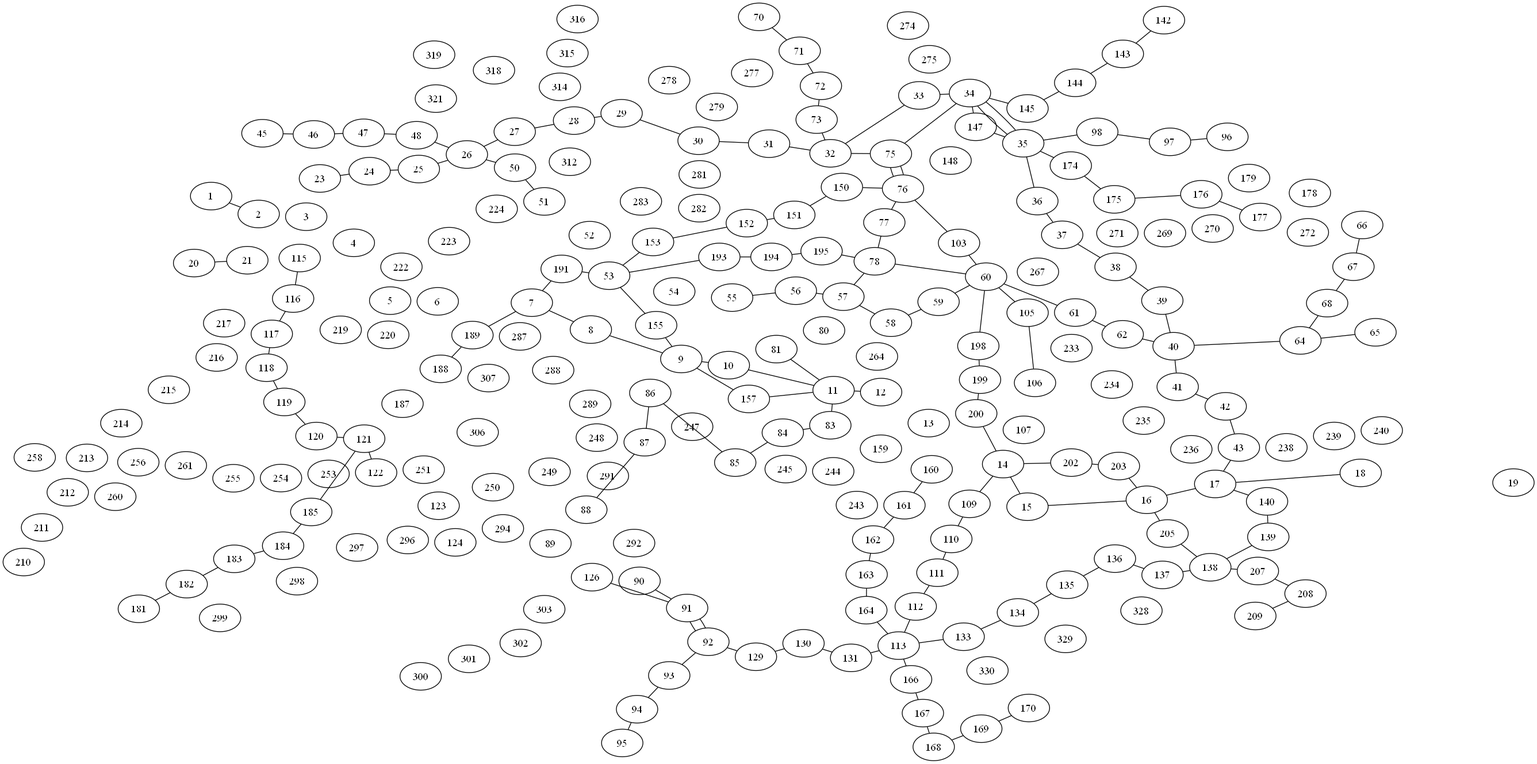
Above: graphe.png in noegng/ProbSciANA (Graphviz), before the change. Its source is kept beside it as graphe.dot.
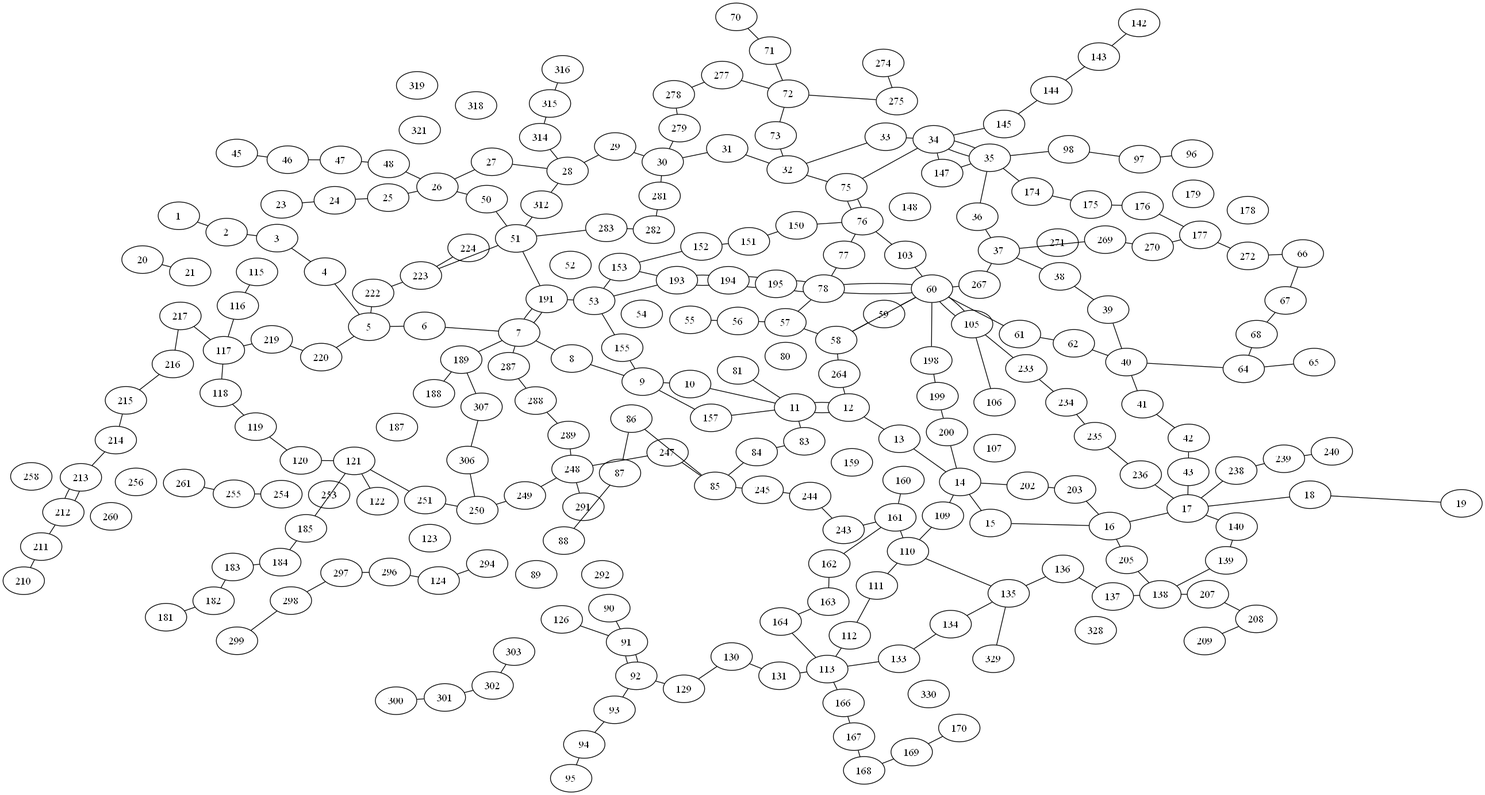
After the commit.

Change to the diagram source:
```diff
@@ -248,15 +248,23 @@
     "329" [pos="2.3764873711683,48.8299257649806!"];
     "330" [pos="2.36692312153081,48.827123440481!"];
     "1" -- "2";
+    "2" -- "3";
+    "3" -- "4";
+    "4" -- "5";
+    "5" -- "6";
+    "6" -- "7";
     "7" -- "8";
     "8" -- "9";
     "9" -- "10";
     "10" -- "11";
     "11" -- "12";
+    "12" -- "13";
+    "13" -- "14";
     "14" -- "15";
     "15" -- "16";
     "16" -- "17";
     "17" -- "18";
+    "18" -- "19";
     "20" -- "21";
     "23" -- "24";
     "24" -- "25";
@@ -411,4 +419,93 @@
     "138" -- "207";
     "207" -- "208";
     "208" -- "209";
+    "210" -- "211";
+    "211" -- "212";
+    "212" -- "213";
+    "213" -- "214";
+    "214" -- "215";
+    "215" -- "216";
+    "216" -- "217";
+    "217" -- "117";
+    "117" -- "219";
+    "219" -- "220";
+    "220" -- "5";
+    "5" -- "222";
+    "222" -- "223";
+    "223" -- "224";
+    "153" -- "193";
+    "193" -- "194";
+    "194" -- "195";
+    "195" -- "78";
+    "78" -- "60";
+    "60" -- "105";
+    "105" -- "233";
+    "233" -- "234";
+    "234" -- "235";
+    "235" -- "236";
+    "236" -- "17";
+    "17" -- "238";
+    "238" -- "239";
+    "239" -- "240";
+    "212" -- "213";
+    "261" -- "255";
+    "255" -- "254";
+    "121" -- "251";
+    "251" -- "250";
+    "250" -- "249";
+    "249" -- "248";
+    "248" -- "247";
+    "247" -- "85";
+    "85" -- "245";
+    "245" -- "244";
+    "244" -- "243";
+    "243" -- "161";
+    "161" -- "110";
+    "110" -- "135";
+    "135" -- "329";
+    "11" -- "12";
+    "12" -- "264";
+    "264" -- "58";
+    "58" -- "60";
+    "60" -- "267";
+    "267" -- "37";
+    "37" -- "269";
+    "269" -- "270";
+    "270" -- "177";
+    "177" -- "272";
+    "272" -- "66";
+    "274" -- "275";
+    "275" -- "72";
+    "72" -- "277";
+    "277" -- "278";
+    "278" -- "279";
+    "279" -- "30";
+    "30" -- "281";
+    "281" -- "282";
+    "282" -- "283";
+    "283" -- "51";
+    "51" -- "191";
+    "191" -- "7";
+    "7" -- "287";
+    "287" -- "288";
+    "288" -- "289";
+    "289" -- "248";
+    "248" -- "291";
+    "294" -- "124";
+    "124" -- "296";
+    "296" -- "297";
+    "297" -- "298";
+    "298" -- "299";
+    "316" -- "315";
+    "315" -- "314";
+    "314" -- "28";
+    "28" -- "312";
+    "312" -- "51";
+    "51" -- "223";
+    "189" -- "307";
+    "307" -- "306";
+    "306" -- "250";
+    "303" -- "302";
+    "302" -- "301";
+    "301" -- "300";
 }
```
